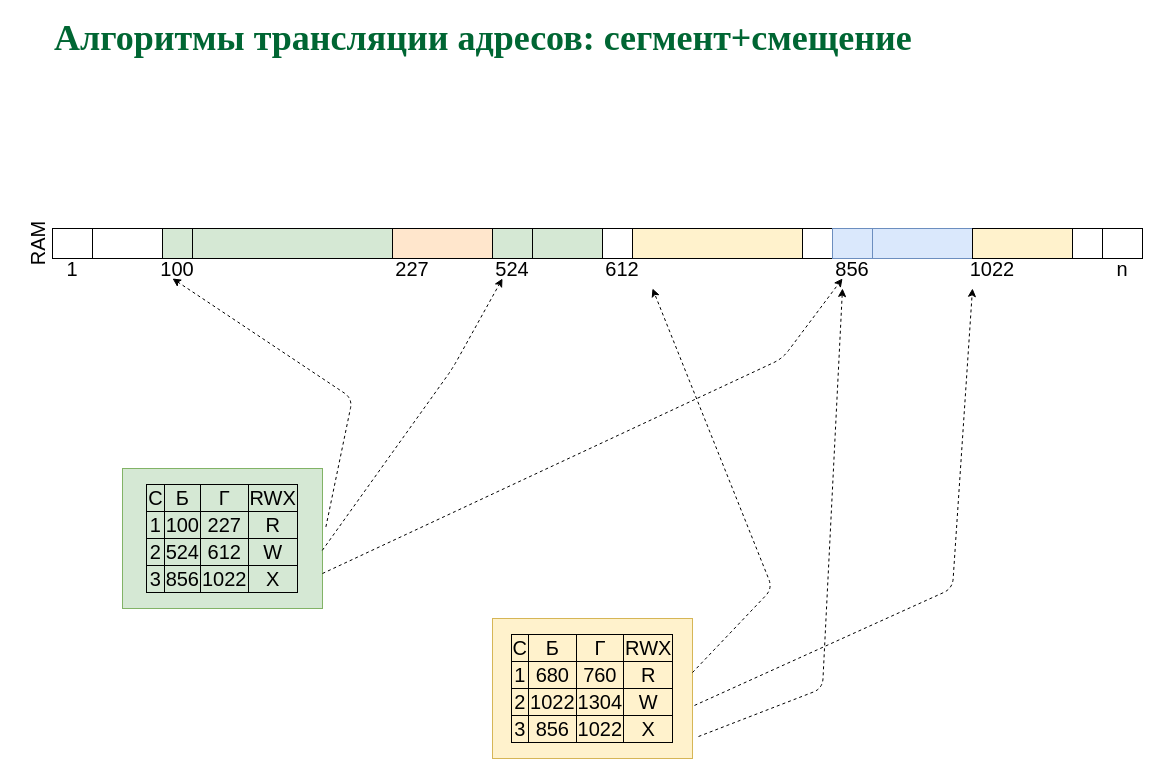
This is page "P24" (28 of 46) of slides/memmgt.drawio from 77maxikov/os_course, a draw.io file, before an edit. Source tidied: cells renumbered, new cells numbered last; positions are measured from the earlier drawing's top-left corner, leaving out a move shared by most shapes. Both pictures are drawn from the tidied source at 100%, with x=0, y=0 at pixel (12, 28).
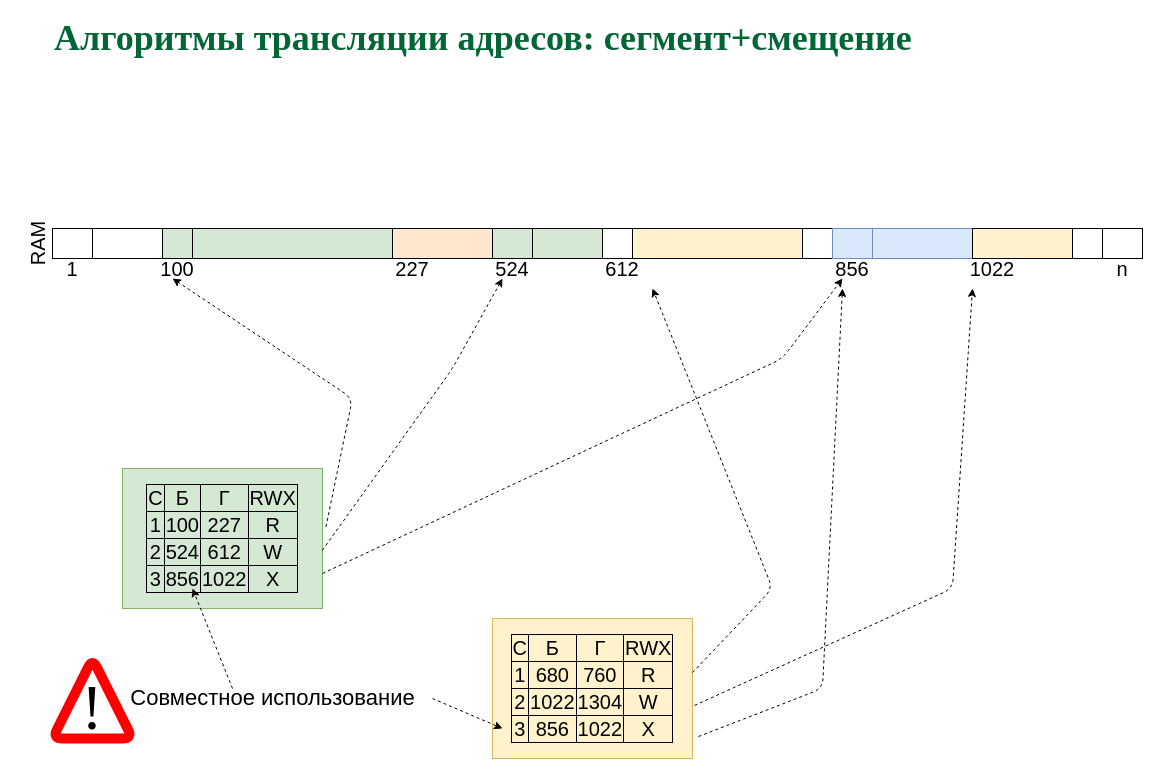
The same diagram, later.

What changed in the source:
```diff
@@
+    <mxCell id="32" style="group;" parent="1" vertex="1">
+      <mxGeometry x="40" y="630" width="80" height="80" as="geometry" />
+    </mxCell>
+    <mxCell id="33" style="endArrow=none;html=1;strokeWidth=10;strokeColor=#FF0000;jumpStyle=arc;rounded=1;fontSize=22;fontColor=#000000;" parent="32" edge="1">
+      <mxGeometry relative="1" as="geometry">
+        <mxPoint x="40" y="80" as="sourcePoint" />
+        <mxPoint x="40" y="80" as="targetPoint" />
+        <Array as="points">
+          <mxPoint y="80" />
+          <mxPoint x="40" />
+          <mxPoint x="80" y="80" />
+        </Array>
+      </mxGeometry>
+    </mxCell>
+    <mxCell id="34" value="&lt;font style=&quot;font-size: 63px&quot;&gt;!&lt;/font&gt;" style="text;html=1;strokeColor=none;fillColor=none;align=center;verticalAlign=middle;whiteSpace=wrap;rounded=0;fontFamily=Times New Roman;fillStyle=auto;fontSize=22;fontColor=#000000;" parent="32" vertex="1">
+      <mxGeometry x="20" y="40" width="40" height="20" as="geometry" />
+    </mxCell>
+    <mxCell id="35" value="Совместное использование" style="text;html=1;align=center;verticalAlign=middle;strokeColor=none;fillColor=none;fontSize=22;fontColor=#000000;" parent="1" vertex="1">
+      <mxGeometry x="105" y="650" width="310" height="40" as="geometry" />
+    </mxCell>
+    <mxCell id="36" style="endArrow=classic;html=1;rounded=0;dashed=1;fontSize=22;fontColor=#000000;" parent="1" edge="1">
+      <mxGeometry relative="1" as="geometry">
+        <mxPoint x="220" y="660" as="sourcePoint" />
+        <mxPoint x="180" y="560" as="targetPoint" />
+      </mxGeometry>
+    </mxCell>
+    <mxCell id="37" style="endArrow=classic;html=1;rounded=0;dashed=1;fontSize=22;fontColor=#000000;" parent="1" edge="1">
+      <mxGeometry relative="1" as="geometry">
+        <mxPoint x="420" y="670" as="sourcePoint" />
+        <mxPoint x="490" y="700" as="targetPoint" />
+      </mxGeometry>
+    </mxCell>
```
